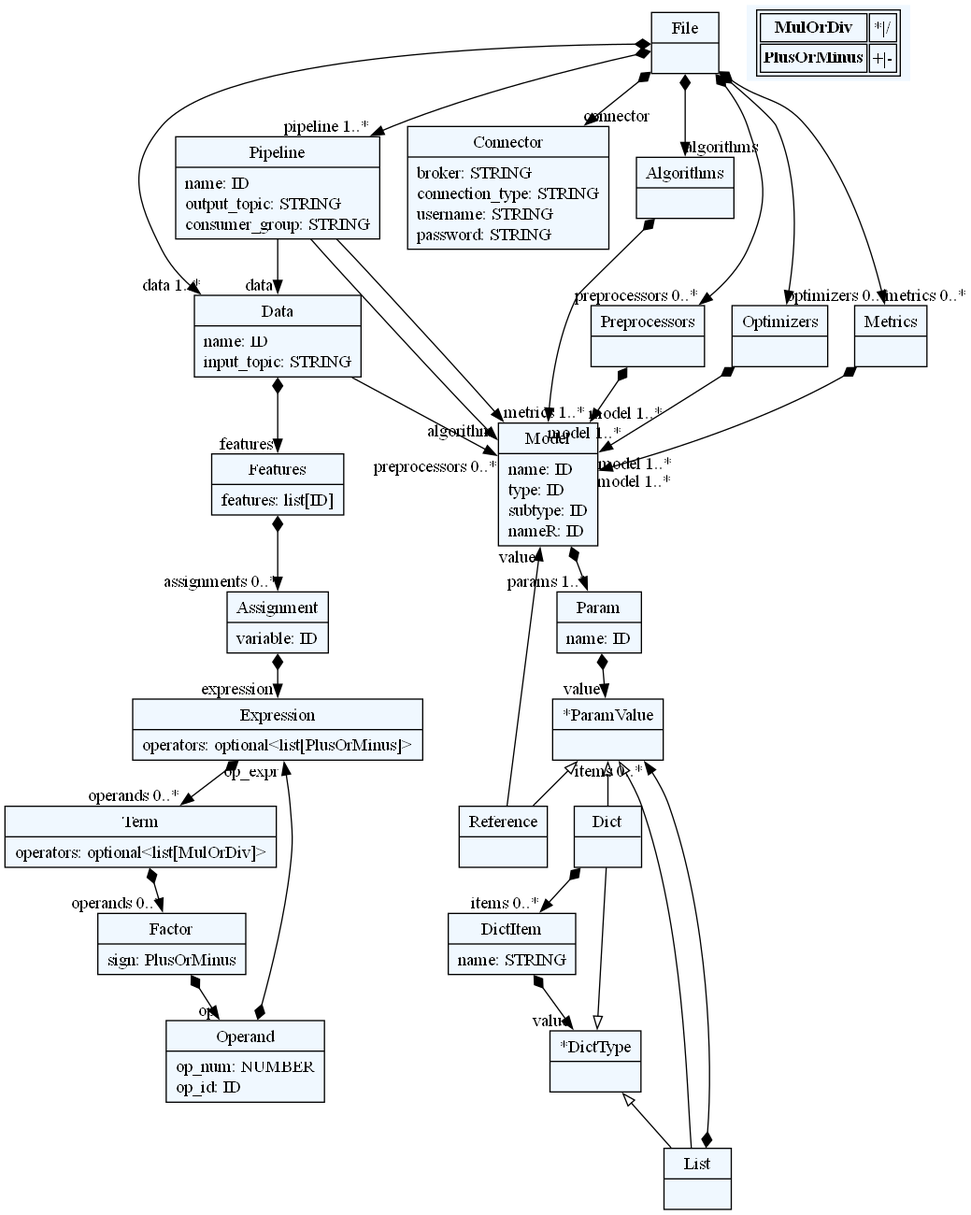
Before: beaver/beaver.dot.png, a diagram exported from Graphviz (deepblue597/beaver). Its source is kept beside it as beaver/beaver.dot.
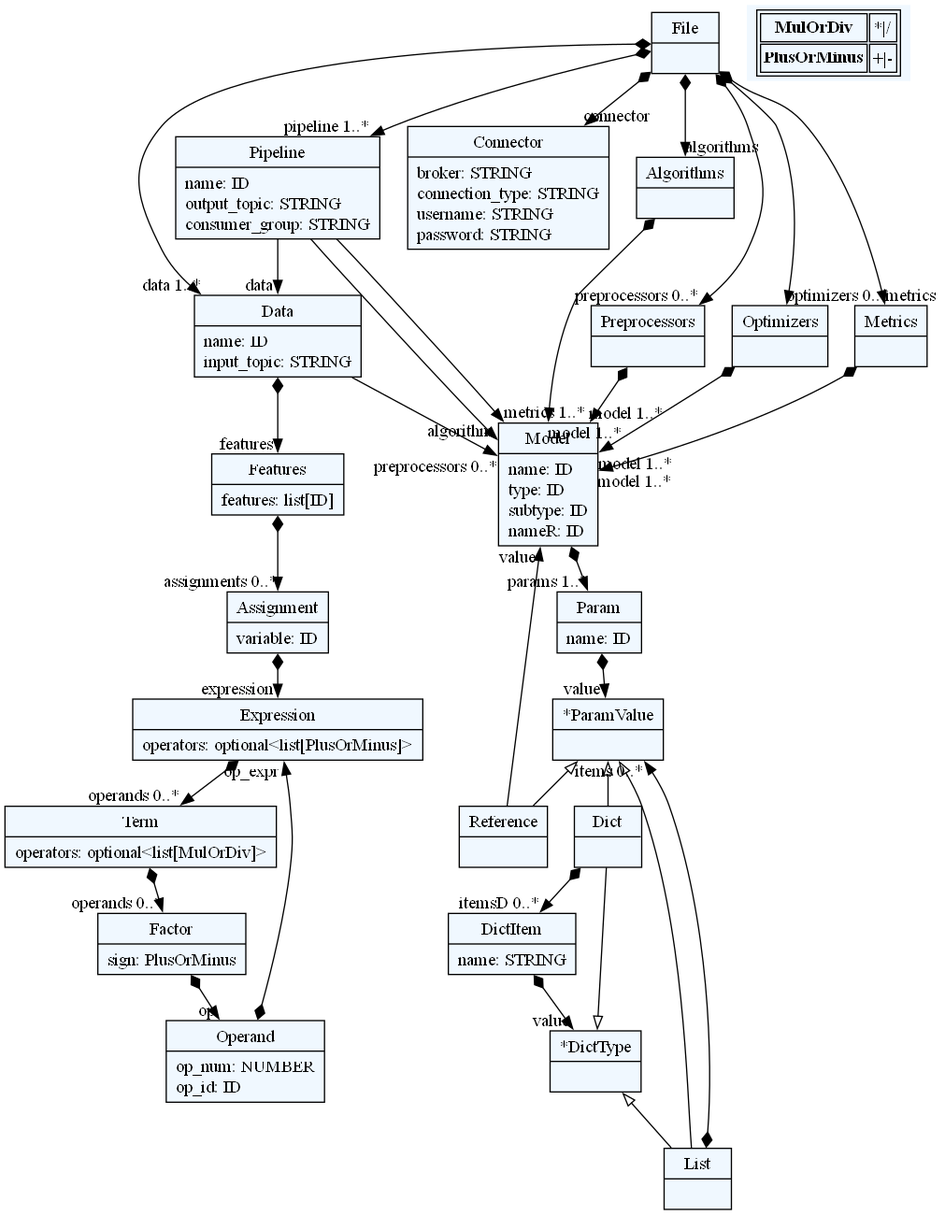
After the commit.

Diff of the diagram source:
```diff
@@ -10,85 +10,85 @@
     edge[dir=black,arrowtail=empty]
 
 
-1205354998064[ label="{File|}"]
+2905109581408[ label="{File|}"]
 
-1205355308928[ label="{Pipeline|name: ID\loutput_topic: STRING\lconsumer_group: STRING\l}"]
+2905109586880[ label="{Pipeline|name: ID\loutput_topic: STRING\lconsumer_group: STRING\l}"]
 
-1205355309360[ label="{Data|name: ID\linput_topic: STRING\l}"]
+2905109582272[ label="{Data|name: ID\linput_topic: STRING\l}"]
 
-1205355306864[ label="{Connector|broker: STRING\lconnection_type: STRING\lusername: STRING\lpassword: STRING\l}"]
+2905109578192[ label="{Connector|broker: STRING\lconnection_type: STRING\lusername: STRING\lpassword: STRING\l}"]
 
-1205355301920[ label="{Algorithms|}"]
+2905109584096[ label="{Algorithms|}"]
 
-1205355305712[ label="{Preprocessors|}"]
+2905109586496[ label="{Preprocessors|}"]
 
-1205355305664[ label="{Optimizers|}"]
+2905109585872[ label="{Optimizers|}"]
 
-1205355300816[ label="{Metrics|}"]
+2905109587360[ label="{Metrics|}"]
 
-1205355313728[ label="{Model|name: ID\ltype: ID\lsubtype: ID\lnameR: ID\l}"]
+2905109578144[ label="{Model|name: ID\ltype: ID\lsubtype: ID\lnameR: ID\l}"]
 
-1205355308208[ label="{Param|name: ID\l}"]
+2905109589328[ label="{Param|name: ID\l}"]
 
-1205355312336[ label="{List|}"]
+2905109583664[ label="{List|}"]
 
-1205355301872[ label="{*ParamValue|}"]
+2905109582800[ label="{*ParamValue|}"]
 
-1205355299760[ label="{Dict|}"]
+2905109593792[ label="{Dict|}"]
 
-1205355299088[ label="{DictItem|name: STRING\l}"]
+2905109590864[ label="{DictItem|name: STRING\l}"]
 
-1205355307872[ label="{*DictType|}"]
+2905109585728[ label="{*DictType|}"]
 
-1205355310512[ label="{Reference|}"]
+2905109586544[ label="{Reference|}"]
 
-1205355299280[ label="{Features|features: list[ID]\l}"]
+2905109578432[ label="{Features|features: list[ID]\l}"]
 
-1205355304416[ label="{Assignment|variable: ID\l}"]
+2905109585536[ label="{Assignment|variable: ID\l}"]
 
-1205318462704[ label="{Expression|operators: optional\<list[PlusOrMinus]\>\l}"]
+2905109587744[ label="{Expression|operators: optional\<list[PlusOrMinus]\>\l}"]
 
-1205355313920[ label="{Term|operators: optional\<list[MulOrDiv]\>\l}"]
+2905109584528[ label="{Term|operators: optional\<list[MulOrDiv]\>\l}"]
 
-1205355309696[ label="{Factor|sign: PlusOrMinus\l}"]
+2905109589520[ label="{Factor|sign: PlusOrMinus\l}"]
 
-1205355315120[ label="{Operand|op_num: NUMBER\lop_id: ID\l}"]
+2905109588704[ label="{Operand|op_num: NUMBER\lop_id: ID\l}"]
 
 
 
-1205354998064 -> 1205355308928[arrowtail=diamond, dir=both, headlabel="pipeline 1..*"]
-1205354998064 -> 1205355306864[arrowtail=diamond, dir=both, headlabel="connector "]
-1205354998064 -> 1205355309360[arrowtail=diamond, dir=both, headlabel="data 1..*"]
-1205354998064 -> 1205355305712[arrowtail=diamond, dir=both, headlabel="preprocessors 0..*"]
-1205354998064 -> 1205355301920[arrowtail=diamond, dir=both, headlabel="algorithms "]
-1205354998064 -> 1205355305664[arrowtail=diamond, dir=both, headlabel="optimizers 0..*"]
-1205354998064 -> 1205355300816[arrowtail=diamond, dir=both, headlabel="metrics 0..*"]
-1205355308928 -> 1205355309360[headlabel="data "]
-1205355308928 -> 1205355313728[headlabel="algorithm "]
-1205355308928 -> 1205355313728[headlabel="metrics 1..*"]
-1205355309360 -> 1205355299280[arrowtail=diamond, dir=both, headlabel="features "]
-1205355309360 -> 1205355313728[headlabel="preprocessors 0..*"]
-1205355301920 -> 1205355313728[arrowtail=diamond, dir=both, headlabel="model 1..*"]
-1205355305712 -> 1205355313728[arrowtail=diamond, dir=both, headlabel="model 1..*"]
-1205355305664 -> 1205355313728[arrowtail=diamond, dir=both, headlabel="model 1..*"]
-1205355300816 -> 1205355313728[arrowtail=diamond, dir=both, headlabel="model 1..*"]
-1205355313728 -> 1205355308208[arrowtail=diamond, dir=both, headlabel="params 1..*"]
-1205355308208 -> 1205355301872[arrowtail=diamond, dir=both, headlabel="value "]
-1205355312336 -> 1205355301872[arrowtail=diamond, dir=both, headlabel="items 0..*"]
-1205355301872 -> 1205355310512 [dir=back]
-1205355301872 -> 1205355312336 [dir=back]
-1205355301872 -> 1205355299760 [dir=back]
-1205355299760 -> 1205355299088[arrowtail=diamond, dir=both, headlabel="items 0..*"]
-1205355299088 -> 1205355307872[arrowtail=diamond, dir=both, headlabel="value "]
-1205355307872 -> 1205355299760 [dir=back]
-1205355307872 -> 1205355312336 [dir=back]
-1205355310512 -> 1205355313728[headlabel="value "]
-1205355299280 -> 1205355304416[arrowtail=diamond, dir=both, headlabel="assignments 0..*"]
-1205355304416 -> 1205318462704[arrowtail=diamond, dir=both, headlabel="expression "]
-1205318462704 -> 1205355313920[arrowtail=diamond, dir=both, headlabel="operands 0..*"]
-1205355313920 -> 1205355309696[arrowtail=diamond, dir=both, headlabel="operands 0..*"]
-1205355309696 -> 1205355315120[arrowtail=diamond, dir=both, headlabel="op "]
-1205355315120 -> 1205318462704[arrowtail=diamond, dir=both, headlabel="op_expr "]
+2905109581408 -> 2905109586880[arrowtail=diamond, dir=both, headlabel="pipeline 1..*"]
+2905109581408 -> 2905109578192[arrowtail=diamond, dir=both, headlabel="connector "]
+2905109581408 -> 2905109582272[arrowtail=diamond, dir=both, headlabel="data 1..*"]
+2905109581408 -> 2905109586496[arrowtail=diamond, dir=both, headlabel="preprocessors 0..*"]
+2905109581408 -> 2905109584096[arrowtail=diamond, dir=both, headlabel="algorithms "]
+2905109581408 -> 2905109585872[arrowtail=diamond, dir=both, headlabel="optimizers 0..*"]
+2905109581408 -> 2905109587360[arrowtail=diamond, dir=both, headlabel="metrics "]
+2905109586880 -> 2905109582272[headlabel="data "]
+2905109586880 -> 2905109578144[headlabel="algorithm "]
+2905109586880 -> 2905109578144[headlabel="metrics 1..*"]
+2905109582272 -> 2905109578432[arrowtail=diamond, dir=both, headlabel="features "]
+2905109582272 -> 2905109578144[headlabel="preprocessors 0..*"]
+2905109584096 -> 2905109578144[arrowtail=diamond, dir=both, headlabel="model 1..*"]
+2905109586496 -> 2905109578144[arrowtail=diamond, dir=both, headlabel="model 1..*"]
+2905109585872 -> 2905109578144[arrowtail=diamond, dir=both, headlabel="model 1..*"]
+2905109587360 -> 2905109578144[arrowtail=diamond, dir=both, headlabel="model 1..*"]
+2905109578144 -> 2905109589328[arrowtail=diamond, dir=both, headlabel="params 1..*"]
+2905109589328 -> 2905109582800[arrowtail=diamond, dir=both, headlabel="value "]
+2905109583664 -> 2905109582800[arrowtail=diamond, dir=both, headlabel="items 0..*"]
+2905109582800 -> 2905109586544 [dir=back]
+2905109582800 -> 2905109583664 [dir=back]
+2905109582800 -> 2905109593792 [dir=back]
+2905109593792 -> 2905109590864[arrowtail=diamond, dir=both, headlabel="itemsD 0..*"]
+2905109590864 -> 2905109585728[arrowtail=diamond, dir=both, headlabel="value "]
+2905109585728 -> 2905109593792 [dir=back]
+2905109585728 -> 2905109583664 [dir=back]
+2905109586544 -> 2905109578144[headlabel="value "]
+2905109578432 -> 2905109585536[arrowtail=diamond, dir=both, headlabel="assignments 0..*"]
+2905109585536 -> 2905109587744[arrowtail=diamond, dir=both, headlabel="expression "]
+2905109587744 -> 2905109584528[arrowtail=diamond, dir=both, headlabel="operands 0..*"]
+2905109584528 -> 2905109589520[arrowtail=diamond, dir=both, headlabel="operands 0..*"]
+2905109589520 -> 2905109588704[arrowtail=diamond, dir=both, headlabel="op "]
+2905109588704 -> 2905109587744[arrowtail=diamond, dir=both, headlabel="op_expr "]
 match_rules [ shape=plaintext, label=< <table>
 	<tr>
 		<td><b>MulOrDiv</b></td><td>*|/</td>
```
